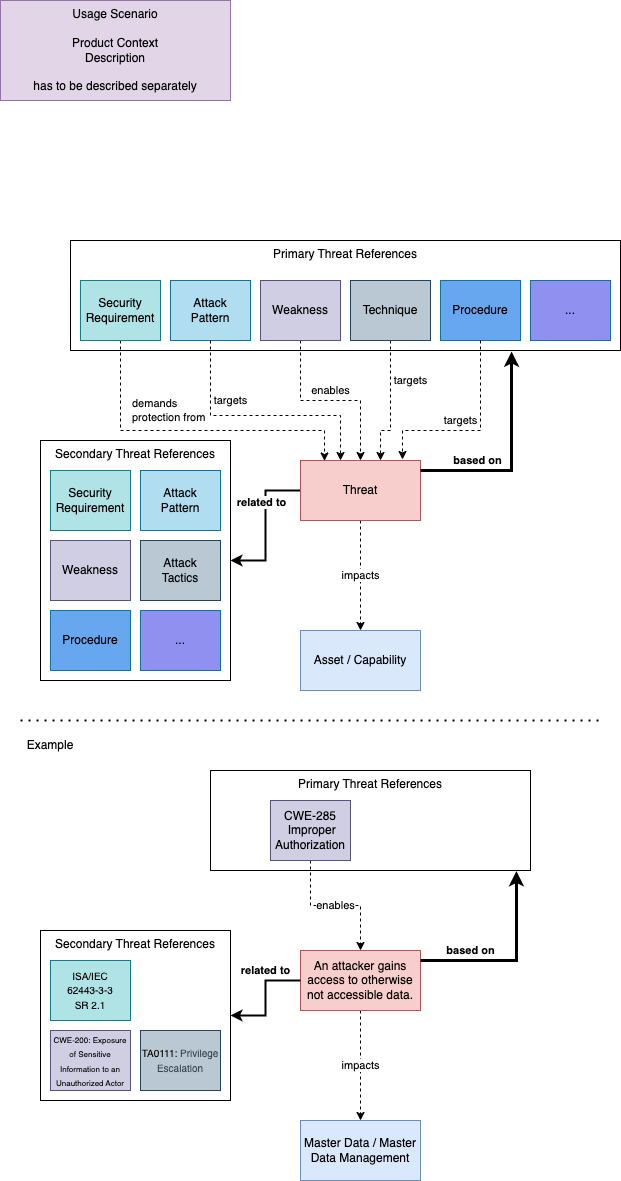
Before: threats/2026/2026-01-26-Threat-Model.png, a diagram exported from draw.io (spdx/meetings). Source tidied: cells renumbered, new cells last; positions are measured from the earlier drawing's top-left corner, leaving out a move shared by most shapes. Source of this version:
```xml
<mxGraphModel>
  <root>
    <mxCell id="0" />
    <mxCell id="1" parent="0" />
    <mxCell id="2" value="Primary Threat References" style="rounded=0;whiteSpace=wrap;html=1;verticalAlign=top;" parent="1" vertex="1">
      <mxGeometry x="70" y="240" width="550" height="110" as="geometry" />
    </mxCell>
    <mxCell id="3" value="impacts" style="edgeStyle=orthogonalEdgeStyle;rounded=0;jettySize=auto;html=1;entryX=0.5;entryY=0;entryDx=0;entryDy=0;dashed=1;" parent="1" edge="1" source="6" target="7">
      <mxGeometry relative="1" as="geometry" />
    </mxCell>
    <mxCell id="4" style="edgeStyle=orthogonalEdgeStyle;rounded=0;jettySize=auto;html=1;entryX=1;entryY=0.5;entryDx=0;entryDy=0;strokeWidth=2;" parent="1" edge="1" source="6" target="14">
      <mxGeometry relative="1" as="geometry" />
    </mxCell>
    <mxCell id="5" value="&lt;b&gt;related to&lt;/b&gt;" style="edgeLabel;html=1;align=center;verticalAlign=middle;" parent="4" vertex="1">
      <mxGeometry x="0.2" y="1" relative="1" as="geometry">
        <mxPoint x="-6" y="-38" as="offset" />
      </mxGeometry>
    </mxCell>
    <mxCell id="6" value="Threat" style="rounded=0;whiteSpace=wrap;html=1;fillColor=#f8cecc;strokeColor=#b85450;" parent="1" vertex="1">
      <mxGeometry x="300" y="460" width="120" height="60" as="geometry" />
    </mxCell>
    <mxCell id="7" value="Asset / Capability" style="rounded=0;whiteSpace=wrap;html=1;fillColor=#dae8fc;strokeColor=#6c8ebf;" parent="1" vertex="1">
      <mxGeometry x="300" y="630" width="120" height="60" as="geometry" />
    </mxCell>
    <mxCell id="8" value="Attack&lt;br&gt;Pattern" style="rounded=0;whiteSpace=wrap;html=1;fillColor=#b1ddf0;strokeColor=#10739e;" parent="1" vertex="1">
      <mxGeometry x="170" y="280" width="80" height="60" as="geometry" />
    </mxCell>
    <mxCell id="9" value="enables" style="edgeStyle=orthogonalEdgeStyle;rounded=0;jettySize=auto;html=1;entryX=0.5;entryY=0;entryDx=0;entryDy=0;labelBackgroundColor=none;dashed=1;" parent="1" edge="1" source="10" target="6">
      <mxGeometry y="10" relative="1" as="geometry" />
    </mxCell>
    <mxCell id="10" value="Weakness" style="rounded=0;whiteSpace=wrap;html=1;fillColor=#d0cee2;strokeColor=#56517e;" parent="1" vertex="1">
      <mxGeometry x="260" y="280" width="80" height="60" as="geometry" />
    </mxCell>
    <mxCell id="11" value="targets" style="edgeStyle=orthogonalEdgeStyle;rounded=0;jettySize=auto;html=1;labelBackgroundColor=none;dashed=1;" parent="1" edge="1" source="12">
      <mxGeometry x="-0.38" y="20" relative="1" as="geometry">
        <mxPoint x="380" y="460" as="targetPoint" />
        <Array as="points">
          <mxPoint x="390" y="430" />
          <mxPoint x="380" y="430" />
        </Array>
      </mxGeometry>
    </mxCell>
    <mxCell id="12" value="Technique" style="rounded=0;whiteSpace=wrap;html=1;fillColor=#bac8d3;strokeColor=#23445d;" parent="1" vertex="1">
      <mxGeometry x="350" y="280" width="80" height="60" as="geometry" />
    </mxCell>
    <mxCell id="13" value="targets" style="edgeStyle=orthogonalEdgeStyle;rounded=0;jettySize=auto;html=1;labelBackgroundColor=none;dashed=1;" parent="1" edge="1" source="8">
      <mxGeometry x="-0.24" y="15" relative="1" as="geometry">
        <mxPoint x="340" y="460" as="targetPoint" />
        <Array as="points">
          <mxPoint x="210" y="415" />
          <mxPoint x="340" y="415" />
        </Array>
      </mxGeometry>
    </mxCell>
    <mxCell id="14" value="Secondary Threat References" style="rounded=0;whiteSpace=wrap;html=1;verticalAlign=top;" parent="1" vertex="1">
      <mxGeometry x="40" y="440" width="190" height="240" as="geometry" />
    </mxCell>
    <mxCell id="15" value="Attack&lt;br&gt;Pattern" style="rounded=0;whiteSpace=wrap;html=1;fillColor=#b1ddf0;strokeColor=#10739e;" parent="1" vertex="1">
      <mxGeometry x="140" y="470" width="80" height="60" as="geometry" />
    </mxCell>
    <mxCell id="16" value="Weakness" style="rounded=0;whiteSpace=wrap;html=1;fillColor=#d0cee2;strokeColor=#56517e;" parent="1" vertex="1">
      <mxGeometry x="50" y="540" width="80" height="60" as="geometry" />
    </mxCell>
    <mxCell id="17" value="Attack&lt;br&gt;Tactics" style="rounded=0;whiteSpace=wrap;html=1;fillColor=#bac8d3;strokeColor=#23445d;" parent="1" vertex="1">
      <mxGeometry x="140" y="540" width="80" height="60" as="geometry" />
    </mxCell>
    <mxCell id="18" value="demands&lt;br&gt;protection from" style="edgeStyle=orthogonalEdgeStyle;rounded=0;jettySize=auto;html=1;labelBackgroundColor=none;dashed=1;entryX=0.2;entryY=0.008;entryDx=0;entryDy=0;entryPerimeter=0;align=left;" parent="1" edge="1" source="19" target="6">
      <mxGeometry x="-0.57" y="10" relative="1" as="geometry">
        <Array as="points">
          <mxPoint x="120" y="430" />
          <mxPoint x="324" y="430" />
        </Array>
      </mxGeometry>
    </mxCell>
    <mxCell id="19" value="Security&lt;br&gt;Requirement" style="rounded=0;whiteSpace=wrap;html=1;fillColor=#b0e3e6;strokeColor=#0e8088;" parent="1" vertex="1">
      <mxGeometry x="80" y="280" width="80" height="60" as="geometry" />
    </mxCell>
    <mxCell id="20" value="Security&lt;br&gt;Requirement" style="rounded=0;whiteSpace=wrap;html=1;fillColor=#b0e3e6;strokeColor=#0e8088;" parent="1" vertex="1">
      <mxGeometry x="50" y="470" width="80" height="60" as="geometry" />
    </mxCell>
    <mxCell id="21" value="based on" style="edgeStyle=orthogonalEdgeStyle;rounded=0;jettySize=auto;html=1;fontStyle=1;entryX=0.802;entryY=1.009;entryDx=0;entryDy=0;entryPerimeter=0;strokeWidth=3;" parent="1" edge="1" source="6" target="2">
      <mxGeometry x="-0.46" y="10" relative="1" as="geometry">
        <Array as="points">
          <mxPoint x="511" y="470" />
        </Array>
      </mxGeometry>
    </mxCell>
    <mxCell id="22" value="Primary Threat References" style="rounded=0;whiteSpace=wrap;html=1;verticalAlign=top;" parent="1" vertex="1">
      <mxGeometry x="210" y="770" width="320" height="100" as="geometry" />
    </mxCell>
    <mxCell id="23" value="impacts" style="edgeStyle=orthogonalEdgeStyle;rounded=0;jettySize=auto;html=1;entryX=0.5;entryY=0;entryDx=0;entryDy=0;dashed=1;" parent="1" edge="1" source="24" target="25">
      <mxGeometry relative="1" as="geometry" />
    </mxCell>
    <mxCell id="24" value="An attacker gains access to otherwise not accessible data." style="rounded=0;whiteSpace=wrap;html=1;fillColor=#f8cecc;strokeColor=#b85450;" parent="1" vertex="1">
      <mxGeometry x="300" y="950" width="120" height="60" as="geometry" />
    </mxCell>
    <mxCell id="25" value="Master Data / Master Data Management" style="rounded=0;whiteSpace=wrap;html=1;fillColor=#dae8fc;strokeColor=#6c8ebf;" parent="1" vertex="1">
      <mxGeometry x="300" y="1120" width="120" height="60" as="geometry" />
    </mxCell>
    <mxCell id="26" value="enables" style="edgeStyle=orthogonalEdgeStyle;rounded=0;jettySize=auto;html=1;entryX=0.5;entryY=0;entryDx=0;entryDy=0;dashed=1;" parent="1" edge="1" source="27" target="24">
      <mxGeometry relative="1" as="geometry" />
    </mxCell>
    <mxCell id="27" value="CWE-285&lt;br&gt;&amp;nbsp;Improper Authorization" style="rounded=0;whiteSpace=wrap;html=1;fillColor=#d0cee2;strokeColor=#56517e;" parent="1" vertex="1">
      <mxGeometry x="270" y="800" width="80" height="60" as="geometry" />
    </mxCell>
    <mxCell id="28" value="Secondary Threat References" style="rounded=0;whiteSpace=wrap;html=1;verticalAlign=top;" parent="1" vertex="1">
      <mxGeometry x="40" y="930" width="190" height="170" as="geometry" />
    </mxCell>
    <mxCell id="29" value="&lt;font style=&quot;font-size: 8px;&quot;&gt;CWE-200: Exposure of Sensitive Information to an Unauthorized Actor&lt;/font&gt;" style="rounded=0;whiteSpace=wrap;html=1;fillColor=#d0cee2;strokeColor=#56517e;" parent="1" vertex="1">
      <mxGeometry x="50" y="1030" width="80" height="60" as="geometry" />
    </mxCell>
    <mxCell id="30" value="&lt;font style=&quot;&quot;&gt;&lt;font style=&quot;font-size: 10px;&quot;&gt;TA0111:&amp;nbsp;&lt;span style=&quot;color: rgb(57, 67, 76); font-family: Roboto-Light, sans-serif; text-align: left;&quot;&gt;Privilege Escalation&lt;/span&gt;&lt;/font&gt;&lt;br&gt;&lt;/font&gt;" style="rounded=0;whiteSpace=wrap;html=1;fillColor=#bac8d3;strokeColor=#23445d;" parent="1" vertex="1">
      <mxGeometry x="140" y="1030" width="80" height="60" as="geometry" />
    </mxCell>
    <mxCell id="31" value="&lt;font style=&quot;font-size: 10px;&quot;&gt;ISA/IEC&lt;br&gt;62443-3-3&lt;br&gt;SR 2.1&lt;/font&gt;" style="rounded=0;whiteSpace=wrap;html=1;fillColor=#b0e3e6;strokeColor=#0e8088;" parent="1" vertex="1">
      <mxGeometry x="50" y="960" width="80" height="60" as="geometry" />
    </mxCell>
    <mxCell id="32" value="&lt;b&gt;related to&lt;/b&gt;" style="edgeStyle=orthogonalEdgeStyle;rounded=0;jettySize=auto;html=1;entryX=1;entryY=0.5;entryDx=0;entryDy=0;labelBackgroundColor=none;strokeWidth=2;" parent="1" edge="1" source="24" target="28">
      <mxGeometry x="-0.33" y="-10" relative="1" as="geometry">
        <mxPoint x="10" y="-10" as="offset" />
      </mxGeometry>
    </mxCell>
    <mxCell id="33" value="&lt;b&gt;based on&lt;/b&gt;" style="edgeStyle=orthogonalEdgeStyle;rounded=0;jettySize=auto;html=1;entryX=0.956;entryY=1.005;entryDx=0;entryDy=0;entryPerimeter=0;strokeWidth=3;" parent="1" edge="1" target="22">
      <mxGeometry x="-0.46" y="10" relative="1" as="geometry">
        <mxPoint x="420" y="960" as="sourcePoint" />
        <Array as="points">
          <mxPoint x="516" y="960" />
        </Array>
      </mxGeometry>
    </mxCell>
    <mxCell id="34" style="endArrow=none;dashed=1;html=1;dashPattern=1 3;strokeWidth=2;rounded=0;" parent="1" edge="1">
      <mxGeometry relative="1" as="geometry">
        <mxPoint x="20" y="720" as="sourcePoint" />
        <mxPoint x="600" y="720" as="targetPoint" />
      </mxGeometry>
    </mxCell>
    <mxCell id="35" value="Example" style="text;html=1;strokeColor=none;fillColor=none;align=center;verticalAlign=middle;whiteSpace=wrap;rounded=0;" parent="1" vertex="1">
      <mxGeometry x="20" y="730" width="60" height="30" as="geometry" />
    </mxCell>
    <mxCell id="36" value="Usage Scenario&lt;br&gt;&lt;br&gt;Product Context&lt;br&gt;Description&lt;br&gt;&lt;br&gt;has to be described separately" style="rounded=0;whiteSpace=wrap;html=1;fillColor=#e1d5e7;strokeColor=#9673a6;" parent="1" vertex="1">
      <mxGeometry width="230" height="100" as="geometry" />
    </mxCell>
    <mxCell id="37" value="Procedure" style="rounded=0;whiteSpace=wrap;html=1;fillColor=#67A7F0;strokeColor=#10739e;" parent="1" vertex="1">
      <mxGeometry x="440" y="280" width="80" height="60" as="geometry" />
    </mxCell>
    <mxCell id="38" value="..." style="rounded=0;whiteSpace=wrap;html=1;fillColor=#9090F0;strokeColor=#10739e;" parent="1" vertex="1">
      <mxGeometry x="530" y="280" width="80" height="60" as="geometry" />
    </mxCell>
    <mxCell id="39" value="targets" style="edgeStyle=orthogonalEdgeStyle;rounded=0;jettySize=auto;html=1;labelBackgroundColor=none;dashed=1;exitX=0.5;exitY=1;exitDx=0;exitDy=0;entryX=0.85;entryY=-0.017;entryDx=0;entryDy=0;entryPerimeter=0;" parent="1" edge="1" source="37" target="6">
      <mxGeometry x="0.12" y="-10" relative="1" as="geometry">
        <Array as="points">
          <mxPoint x="480" y="430" />
          <mxPoint x="402" y="430" />
        </Array>
      </mxGeometry>
    </mxCell>
    <mxCell id="40" value="Procedure" style="rounded=0;whiteSpace=wrap;html=1;fillColor=#67A7F0;strokeColor=#10739e;" parent="1" vertex="1">
      <mxGeometry x="50" y="610" width="80" height="60" as="geometry" />
    </mxCell>
    <mxCell id="41" value="..." style="rounded=0;whiteSpace=wrap;html=1;fillColor=#9090F0;strokeColor=#10739e;" parent="1" vertex="1">
      <mxGeometry x="140" y="610" width="80" height="60" as="geometry" />
    </mxCell>
  </root>
</mxGraphModel>
```
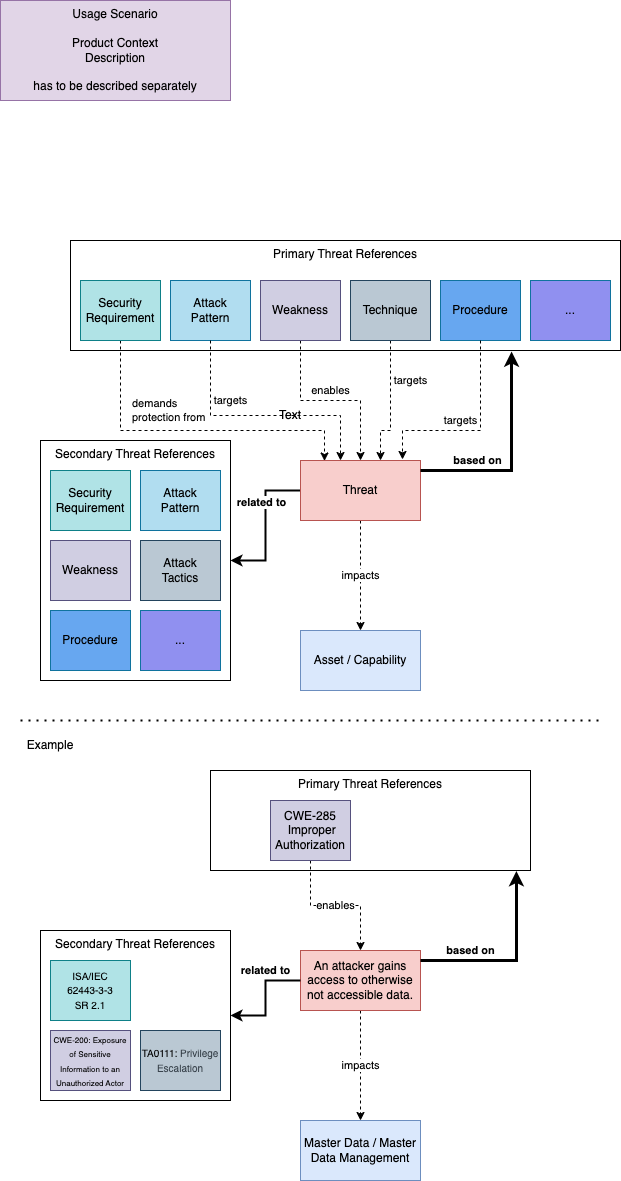
The same diagram one commit later.

The edit, as a diff of the source:
```diff
@@ -160,5 +160,8 @@
     <mxCell id="41" value="..." style="rounded=0;whiteSpace=wrap;html=1;fillColor=#9090F0;strokeColor=#10739e;" parent="1" vertex="1">
       <mxGeometry x="140" y="610" width="80" height="60" as="geometry" />
     </mxCell>
+    <mxCell id="42" value="Text" style="text;strokeColor=none;align=center;fillColor=none;html=1;verticalAlign=middle;whiteSpace=wrap;rounded=0;" parent="1" vertex="1">
+      <mxGeometry x="260" y="400" width="60" height="30" as="geometry" />
+    </mxCell>
   </root>
 </mxGraphModel>
```
